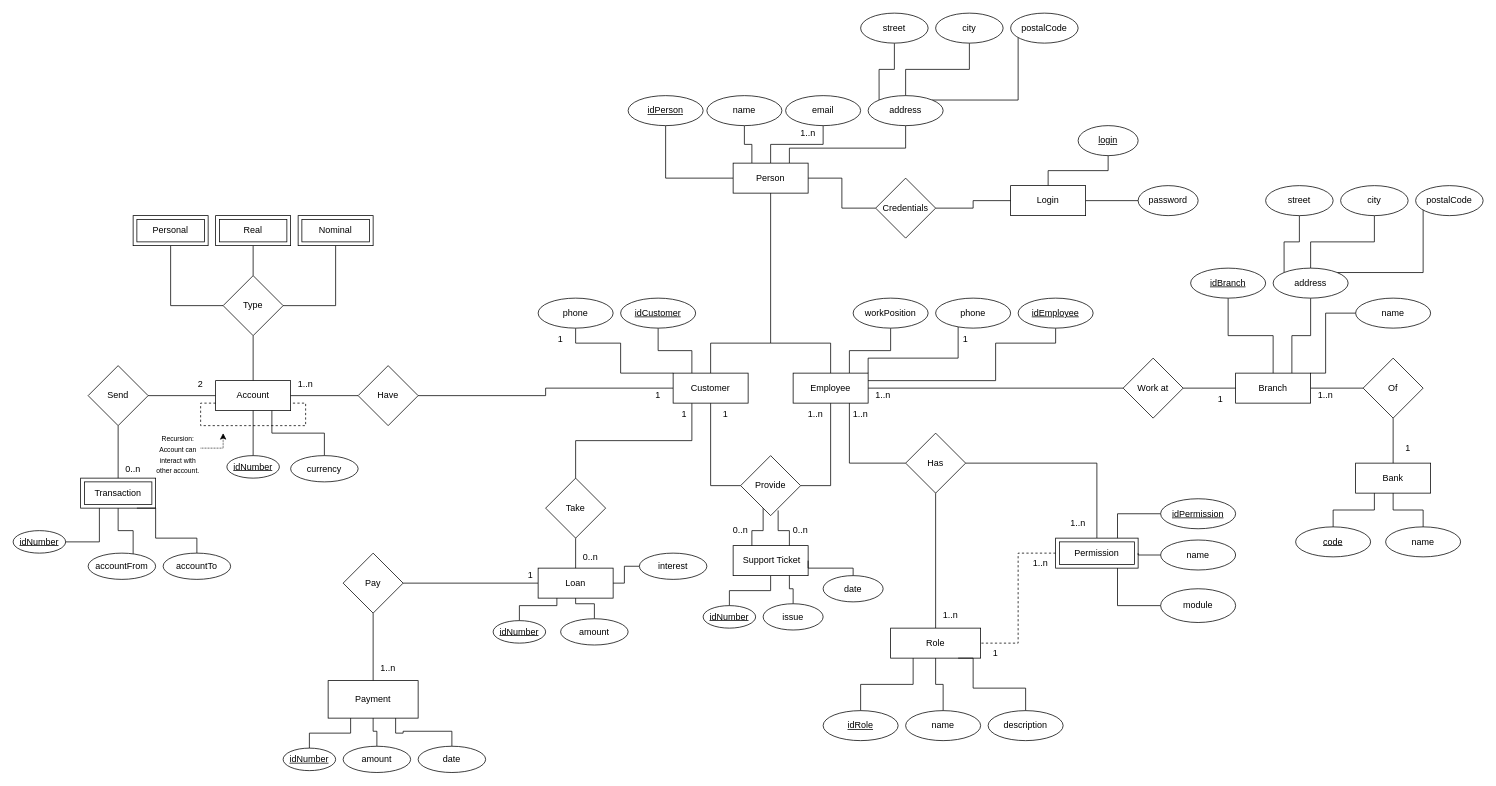
Earlier version of the draw.io diagram Bank Management System.drawio (verbima1/B0B36DBS). Source tidied: cells renumbered, new cells numbered last; positions are measured from the earlier drawing's top-left corner, leaving out a move shared by most shapes. Both pictures are drawn from the tidied source at 75%, with x=0, y=0 at pixel (13, 13).
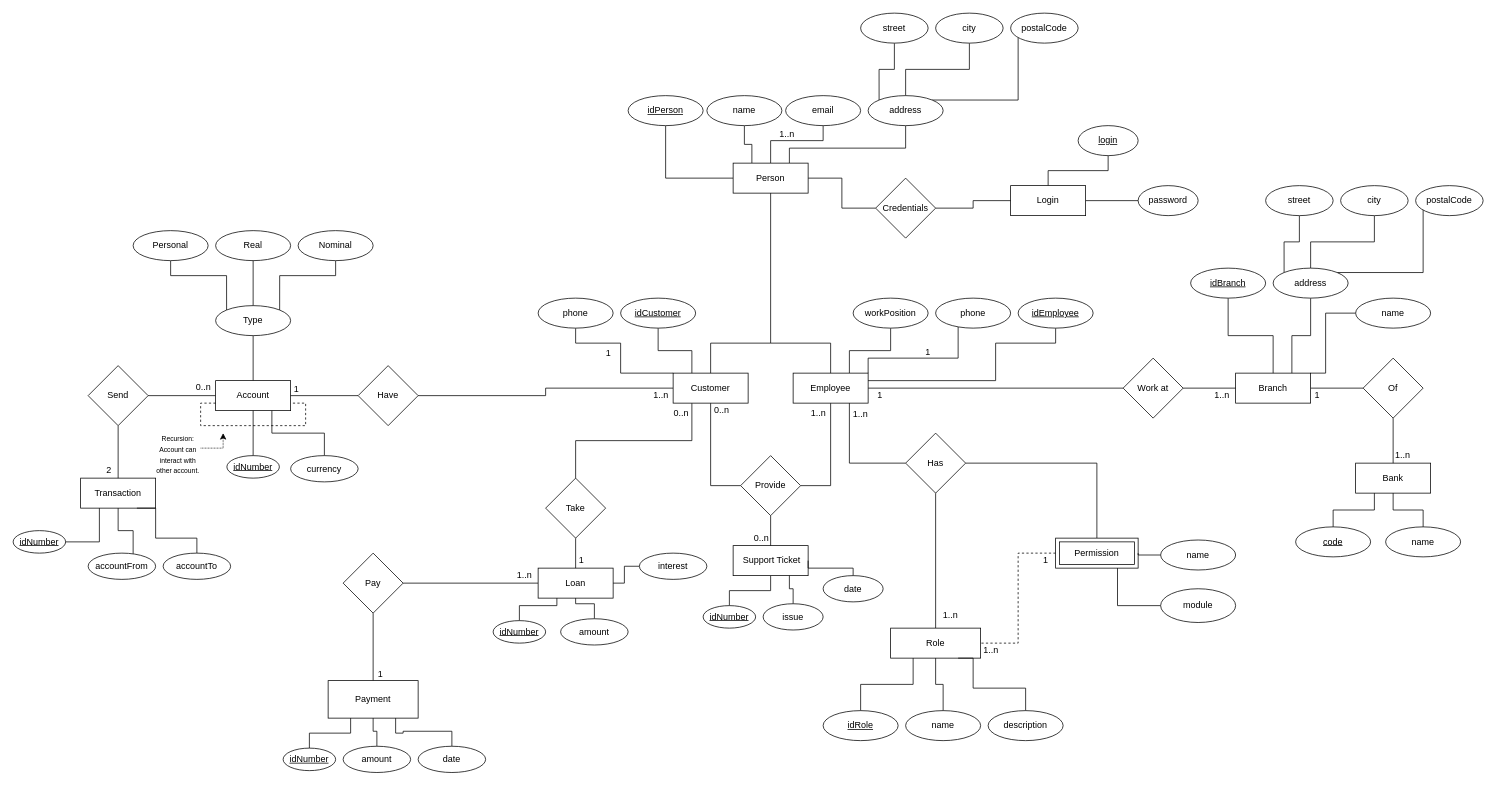
The same page after the edit.

Unchanged cells that the change refers to:
```xml
<mxCell id="7" value="&lt;div&gt;Person&lt;/div&gt;" style="whiteSpace=wrap;html=1;align=center;" parent="1" vertex="1">
  <mxGeometry x="960" y="200" width="100" height="40" as="geometry" />
</mxCell>
<mxCell id="13" value="Account" style="whiteSpace=wrap;html=1;align=center;" parent="1" vertex="1">
  <mxGeometry x="270" y="490" width="100" height="40" as="geometry" />
</mxCell>
<mxCell id="18" value="&amp;nbsp;Support Ticket" style="whiteSpace=wrap;html=1;align=center;" parent="1" vertex="1">
  <mxGeometry x="960" y="710" width="100" height="40" as="geometry" />
</mxCell>
<mxCell id="39" value="Provide" style="rhombus;whiteSpace=wrap;html=1;" parent="1" vertex="1">
  <mxGeometry x="970" y="590" width="80" height="80" as="geometry" />
</mxCell>
<mxCell id="56" value="&lt;div&gt;email&lt;/div&gt;" style="ellipse;whiteSpace=wrap;html=1;align=center;" parent="1" vertex="1">
  <mxGeometry x="1030" y="110" width="100" height="40" as="geometry" />
</mxCell>
<mxCell id="81" value="Permission" style="shape=ext;margin=3;double=1;whiteSpace=wrap;html=1;align=center;" parent="1" vertex="1">
  <mxGeometry x="1390" y="700" width="110" height="40" as="geometry" />
</mxCell>
```

Change to the diagram source:
```diff
@@
-    <mxCell id="5" style="edgeStyle=orthogonalEdgeStyle;rounded=0;sketch=0;jettySize=auto;html=1;endArrow=none;endFill=0;exitX=0.5;exitY=0;exitDx=0;exitDy=0;" parent="1" edge="1" source="7" target="56">
-      <mxGeometry relative="1" as="geometry" />
+    <mxCell id="5" style="edgeStyle=orthogonalEdgeStyle;rounded=0;sketch=0;jettySize=auto;html=1;endArrow=none;endFill=0;exitX=0.5;exitY=0;exitDx=0;exitDy=0;entryX=0.5;entryY=1;entryDx=0;entryDy=0;" parent="1" edge="1" source="7" target="56">
+      <mxGeometry relative="1" as="geometry">
+        <Array as="points">
+          <mxPoint x="1010" y="170" />
+          <mxPoint x="1080" y="170" />
+        </Array>
+      </mxGeometry>
     </mxCell>
@@
-    <mxCell id="12" style="edgeStyle=orthogonalEdgeStyle;rounded=0;sketch=0;jettySize=auto;html=1;endArrow=none;endFill=0;" parent="1" edge="1" source="13" target="50">
+    <mxCell id="12" style="edgeStyle=orthogonalEdgeStyle;rounded=0;sketch=0;jettySize=auto;html=1;endArrow=none;endFill=0;entryX=1;entryY=0.5;entryDx=0;entryDy=0;" parent="1" edge="1" source="13" target="50">
       <mxGeometry relative="1" as="geometry" />
     </mxCell>
@@
-    <mxCell id="38" style="edgeStyle=orthogonalEdgeStyle;rounded=0;sketch=0;jettySize=auto;html=1;endArrow=none;endFill=0;exitX=0.375;exitY=0.875;exitDx=0;exitDy=0;exitPerimeter=0;entryX=0.25;entryY=0;entryDx=0;entryDy=0;" parent="1" edge="1" source="39" target="18">
+    <mxCell id="38" style="edgeStyle=orthogonalEdgeStyle;rounded=0;sketch=0;jettySize=auto;html=1;endArrow=none;endFill=0;exitX=0.5;exitY=1;exitDx=0;exitDy=0;entryX=0.5;entryY=0;entryDx=0;entryDy=0;" parent="1" edge="1" source="39" target="18">
       <mxGeometry relative="1" as="geometry" />
     </mxCell>
@@
-    <mxCell id="42" value="Transaction" style="shape=ext;margin=3;double=1;whiteSpace=wrap;html=1;align=center;" parent="1" vertex="1">
+    <mxCell id="42" value="Transaction" style="whiteSpace=wrap;html=1;align=center;" parent="1" vertex="1">
       <mxGeometry x="90" y="620" width="100" height="40" as="geometry" />
     </mxCell>
@@
-    <mxCell id="47" style="edgeStyle=orthogonalEdgeStyle;rounded=0;sketch=0;jettySize=auto;html=1;endArrow=none;endFill=0;" parent="1" edge="1" source="50" target="51">
-      <mxGeometry relative="1" as="geometry" />
-    </mxCell>
-    <mxCell id="48" style="edgeStyle=orthogonalEdgeStyle;rounded=0;sketch=0;jettySize=auto;html=1;entryX=0.5;entryY=1;entryDx=0;entryDy=0;endArrow=none;endFill=0;" parent="1" edge="1" source="50" target="53">
-      <mxGeometry relative="1" as="geometry" />
-    </mxCell>
-    <mxCell id="49" style="edgeStyle=orthogonalEdgeStyle;rounded=0;sketch=0;jettySize=auto;html=1;endArrow=none;endFill=0;" parent="1" edge="1" source="50" target="52">
-      <mxGeometry relative="1" as="geometry" />
-    </mxCell>
-    <mxCell id="50" value="&lt;div&gt;Type&lt;/div&gt;" style="rhombus;whiteSpace=wrap;html=1;" parent="1" vertex="1">
-      <mxGeometry x="280" y="350" width="80" height="80" as="geometry" />
-    </mxCell>
-    <mxCell id="51" value="Real" style="shape=ext;margin=3;double=1;whiteSpace=wrap;html=1;align=center;" parent="1" vertex="1">
-      <mxGeometry x="270" y="270" width="100" height="40" as="geometry" />
+    <mxCell id="51" value="Real" style="ellipse;whiteSpace=wrap;html=1;align=center;direction=south;" parent="1" vertex="1">
+      <mxGeometry x="270" y="290" width="100" height="40" as="geometry" />
     </mxCell>
+    <mxCell id="168" style="edgeStyle=orthogonalEdgeStyle;rounded=0;jettySize=auto;html=1;entryX=0;entryY=0;entryDx=0;entryDy=0;endArrow=none;endFill=0;" parent="1" edge="1" source="52" target="50">
+      <mxGeometry relative="1" as="geometry">
+        <Array as="points">
+          <mxPoint x="430" y="350" />
+          <mxPoint x="355" y="350" />
+        </Array>
+      </mxGeometry>
+    </mxCell>
-    <mxCell id="52" value="Nominal" style="shape=ext;margin=3;double=1;whiteSpace=wrap;html=1;align=center;" parent="1" vertex="1">
-      <mxGeometry x="380" y="270" width="100" height="40" as="geometry" />
+    <mxCell id="52" value="Nominal" style="ellipse;whiteSpace=wrap;html=1;align=center;direction=south;" parent="1" vertex="1">
+      <mxGeometry x="380" y="290" width="100" height="40" as="geometry" />
     </mxCell>
+    <mxCell id="169" style="edgeStyle=orthogonalEdgeStyle;rounded=0;jettySize=auto;html=1;entryX=0;entryY=1;entryDx=0;entryDy=0;endArrow=none;endFill=0;" parent="1" edge="1" source="53" target="50">
+      <mxGeometry relative="1" as="geometry">
+        <Array as="points">
+          <mxPoint x="210" y="350" />
+          <mxPoint x="285" y="350" />
+        </Array>
+      </mxGeometry>
+    </mxCell>
-    <mxCell id="53" value="Personal" style="shape=ext;margin=3;double=1;whiteSpace=wrap;html=1;align=center;" parent="1" vertex="1">
-      <mxGeometry x="160" y="270" width="100" height="40" as="geometry" />
+    <mxCell id="53" value="Personal" style="ellipse;whiteSpace=wrap;html=1;align=center;direction=south;" parent="1" vertex="1">
+      <mxGeometry x="160" y="290" width="100" height="40" as="geometry" />
     </mxCell>
@@
-    <mxCell id="113" style="edgeStyle=orthogonalEdgeStyle;rounded=0;jettySize=auto;html=1;entryX=0.75;entryY=0;entryDx=0;entryDy=0;endArrow=none;endFill=0;" parent="1" edge="1" source="114" target="81">
-      <mxGeometry relative="1" as="geometry" />
-    </mxCell>
-    <mxCell id="114" value="&lt;div&gt;idPermission&lt;/div&gt;" style="ellipse;whiteSpace=wrap;html=1;align=center;fontStyle=4;" parent="1" vertex="1">
-      <mxGeometry x="1530" y="647.5" width="100" height="40" as="geometry" />
-    </mxCell>
@@
     <mxCell id="140" value="0..n" style="text;html=1;strokeColor=none;fillColor=none;align=center;verticalAlign=middle;whiteSpace=wrap;rounded=0;" parent="1" vertex="1">
-      <mxGeometry x="740" y="710" width="60" height="30" as="geometry" />
+      <mxGeometry x="861" y="519" width="60" height="30" as="geometry" />
     </mxCell>
     <mxCell id="141" value="1" style="text;html=1;strokeColor=none;fillColor=none;align=center;verticalAlign=middle;whiteSpace=wrap;rounded=0;" parent="1" vertex="1">
-      <mxGeometry x="865" y="520" width="60" height="30" as="geometry" />
+      <mxGeometry x="728" y="715" width="60" height="30" as="geometry" />
     </mxCell>
-    <mxCell id="142" value="0..n" style="text;html=1;strokeColor=none;fillColor=none;align=center;verticalAlign=middle;whiteSpace=wrap;rounded=0;" parent="1" vertex="1">
-      <mxGeometry x="950" y="680" width="40" height="20" as="geometry" />
-    </mxCell>
-    <mxCell id="143" value="1" style="text;html=1;strokeColor=none;fillColor=none;align=center;verticalAlign=middle;whiteSpace=wrap;rounded=0;" parent="1" vertex="1">
-      <mxGeometry x="930" y="525" width="40" height="20" as="geometry" />
+    <mxCell id="143" value="0..n" style="text;html=1;strokeColor=none;fillColor=none;align=center;verticalAlign=middle;whiteSpace=wrap;rounded=0;" parent="1" vertex="1">
+      <mxGeometry x="978" y="690" width="40" height="20" as="geometry" />
     </mxCell>
     <mxCell id="144" value="&lt;div&gt;1..n&lt;/div&gt;" style="text;html=1;strokeColor=none;fillColor=none;align=center;verticalAlign=middle;whiteSpace=wrap;rounded=0;" parent="1" vertex="1">
-      <mxGeometry x="1050" y="525" width="40" height="20" as="geometry" />
+      <mxGeometry x="1054" y="523" width="40" height="20" as="geometry" />
     </mxCell>
     <mxCell id="145" value="&lt;div&gt;0..n&lt;/div&gt;" style="text;html=1;strokeColor=none;fillColor=none;align=center;verticalAlign=middle;whiteSpace=wrap;rounded=0;" parent="1" vertex="1">
-      <mxGeometry x="1030" y="680" width="40" height="20" as="geometry" />
+      <mxGeometry x="925" y="520" width="40" height="20" as="geometry" />
     </mxCell>
-    <mxCell id="146" value="&lt;div&gt;1..n&lt;/div&gt;" style="text;html=1;strokeColor=none;fillColor=none;align=center;verticalAlign=middle;whiteSpace=wrap;rounded=0;" parent="1" vertex="1">
-      <mxGeometry x="1400" y="670" width="40" height="20" as="geometry" />
-    </mxCell>
@@
     <mxCell id="149" value="&lt;div&gt;1..n&lt;/div&gt;" style="text;html=1;strokeColor=none;fillColor=none;align=center;verticalAlign=middle;whiteSpace=wrap;rounded=0;" parent="1" vertex="1">
-      <mxGeometry x="1350" y="722.5" width="40" height="20" as="geometry" />
+      <mxGeometry x="1284" y="840" width="40" height="20" as="geometry" />
     </mxCell>
     <mxCell id="150" value="1" style="text;html=1;strokeColor=none;fillColor=none;align=center;verticalAlign=middle;whiteSpace=wrap;rounded=0;" parent="1" vertex="1">
-      <mxGeometry x="1290" y="842.5" width="40" height="20" as="geometry" />
+      <mxGeometry x="1357" y="720" width="40" height="20" as="geometry" />
     </mxCell>
     <mxCell id="151" value="1..n" style="text;html=1;strokeColor=none;fillColor=none;align=center;verticalAlign=middle;whiteSpace=wrap;rounded=0;" parent="1" vertex="1">
-      <mxGeometry x="1040" y="150" width="40" height="20" as="geometry" />
+      <mxGeometry x="1012" y="152" width="40" height="20" as="geometry" />
     </mxCell>
     <mxCell id="152" value="1" style="text;html=1;strokeColor=none;fillColor=none;align=center;verticalAlign=middle;whiteSpace=wrap;rounded=0;" parent="1" vertex="1">
-      <mxGeometry x="700" y="420" width="60" height="30" as="geometry" />
+      <mxGeometry x="764" y="439" width="60" height="30" as="geometry" />
     </mxCell>
     <mxCell id="153" value="1" style="text;html=1;strokeColor=none;fillColor=none;align=center;verticalAlign=middle;whiteSpace=wrap;rounded=0;" parent="1" vertex="1">
-      <mxGeometry x="1240" y="420" width="60" height="30" as="geometry" />
+      <mxGeometry x="1190" y="437" width="60" height="30" as="geometry" />
     </mxCell>
     <mxCell id="154" value="1" style="text;html=1;strokeColor=none;fillColor=none;align=center;verticalAlign=middle;whiteSpace=wrap;rounded=0;" parent="1" vertex="1">
-      <mxGeometry x="1840" y="570" width="40" height="20" as="geometry" />
+      <mxGeometry x="1719" y="499" width="40" height="20" as="geometry" />
     </mxCell>
     <mxCell id="155" value="1..n" style="text;html=1;strokeColor=none;fillColor=none;align=center;verticalAlign=middle;whiteSpace=wrap;rounded=0;" parent="1" vertex="1">
-      <mxGeometry x="1730" y="500" width="40" height="20" as="geometry" />
+      <mxGeometry x="1833" y="580" width="40" height="20" as="geometry" />
     </mxCell>
     <mxCell id="156" value="1..n" style="text;html=1;strokeColor=none;fillColor=none;align=center;verticalAlign=middle;whiteSpace=wrap;rounded=0;" parent="1" vertex="1">
-      <mxGeometry x="1140" y="500" width="40" height="20" as="geometry" />
+      <mxGeometry x="1592" y="500" width="40" height="20" as="geometry" />
     </mxCell>
     <mxCell id="157" value="&lt;div&gt;1&lt;/div&gt;" style="text;html=1;strokeColor=none;fillColor=none;align=center;verticalAlign=middle;whiteSpace=wrap;rounded=0;" parent="1" vertex="1">
-      <mxGeometry x="1590" y="505" width="40" height="20" as="geometry" />
+      <mxGeometry x="1136" y="499" width="40" height="20" as="geometry" />
     </mxCell>
     <mxCell id="158" value="1" style="text;html=1;strokeColor=none;fillColor=none;align=center;verticalAlign=middle;whiteSpace=wrap;rounded=0;" parent="1" vertex="1">
-      <mxGeometry x="840" y="500" width="40" height="20" as="geometry" />
+      <mxGeometry x="358" y="491" width="40" height="20" as="geometry" />
     </mxCell>
     <mxCell id="159" value="&lt;div&gt;1..n&lt;/div&gt;" style="text;html=1;strokeColor=none;fillColor=none;align=center;verticalAlign=middle;whiteSpace=wrap;rounded=0;" parent="1" vertex="1">
-      <mxGeometry x="370" y="485" width="40" height="20" as="geometry" />
+      <mxGeometry x="844" y="499" width="40" height="20" as="geometry" />
     </mxCell>
     <mxCell id="160" value="2" style="text;html=1;strokeColor=none;fillColor=none;align=center;verticalAlign=middle;whiteSpace=wrap;rounded=0;" parent="1" vertex="1">
-      <mxGeometry x="230" y="485" width="40" height="20" as="geometry" />
+      <mxGeometry x="108" y="599" width="40" height="20" as="geometry" />
     </mxCell>
     <mxCell id="161" value="0..n" style="text;html=1;strokeColor=none;fillColor=none;align=center;verticalAlign=middle;whiteSpace=wrap;rounded=0;" parent="1" vertex="1">
-      <mxGeometry x="130" y="592.5" width="60" height="30" as="geometry" />
+      <mxGeometry x="224" y="484" width="60" height="30" as="geometry" />
     </mxCell>
     <mxCell id="162" value="1" style="text;html=1;strokeColor=none;fillColor=none;align=center;verticalAlign=middle;whiteSpace=wrap;rounded=0;" parent="1" vertex="1">
-      <mxGeometry x="660" y="735" width="60" height="30" as="geometry" />
+      <mxGeometry x="460" y="866" width="60" height="30" as="geometry" />
     </mxCell>
     <mxCell id="163" value="&lt;div&gt;1..n&lt;/div&gt;" style="text;html=1;strokeColor=none;fillColor=none;align=center;verticalAlign=middle;whiteSpace=wrap;rounded=0;" parent="1" vertex="1">
-      <mxGeometry x="480" y="862.5" width="40" height="20" as="geometry" />
+      <mxGeometry x="662" y="739" width="40" height="20" as="geometry" />
     </mxCell>
-    <mxCell id="164" style="edgeStyle=orthogonalEdgeStyle;rounded=0;sketch=0;jettySize=auto;html=1;endArrow=none;endFill=0;exitX=0.625;exitY=0.913;exitDx=0;exitDy=0;exitPerimeter=0;entryX=0.75;entryY=0;entryDx=0;entryDy=0;" parent="1" edge="1" source="39" target="18">
-      <mxGeometry relative="1" as="geometry" />
-    </mxCell>
@@
+    <mxCell id="47" style="edgeStyle=orthogonalEdgeStyle;rounded=0;jettySize=auto;html=1;endArrow=none;endFill=0;" parent="1" edge="1" source="50" target="51">
+      <mxGeometry relative="1" as="geometry" />
+    </mxCell>
+    <mxCell id="50" value="Type" style="ellipse;whiteSpace=wrap;html=1;align=center;direction=south;" parent="1" vertex="1">
+      <mxGeometry x="270" y="390" width="100" height="40" as="geometry" />
+    </mxCell>
```
